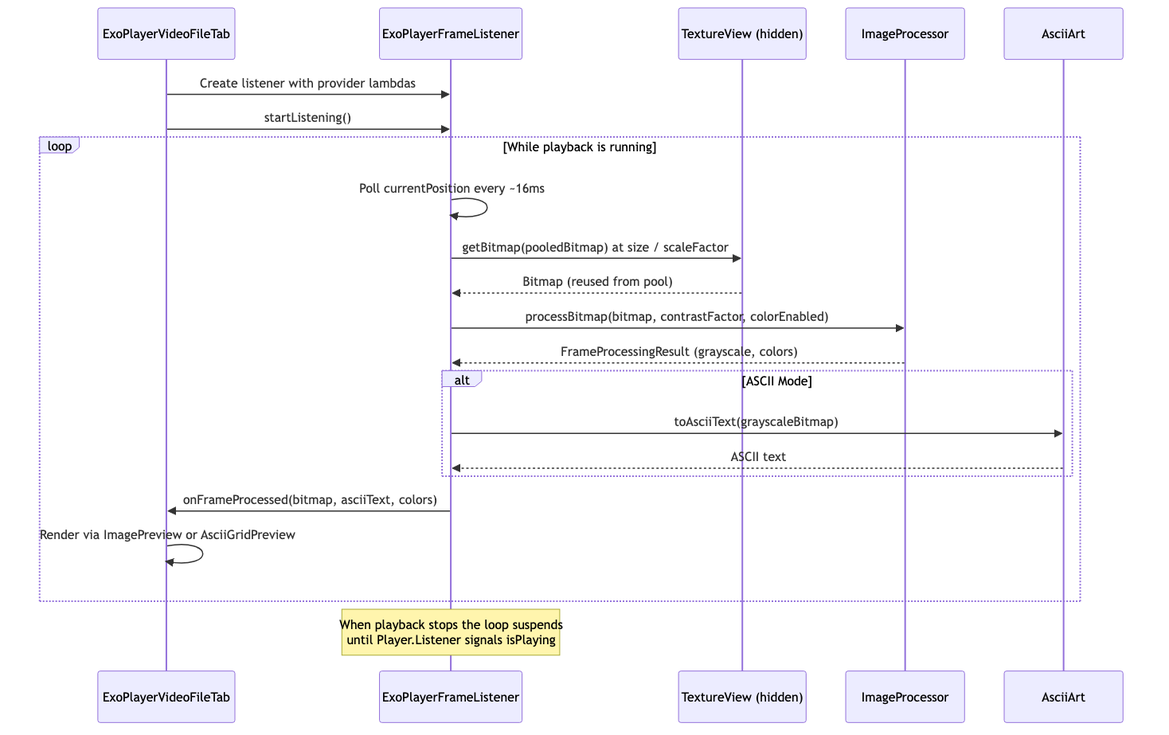
This is docs/sequence-video-file.png from replicant1/AsciiArt, a Mermaid export, as it was before one commit. Its source is kept beside it as docs/sequence-video-file.mmd.
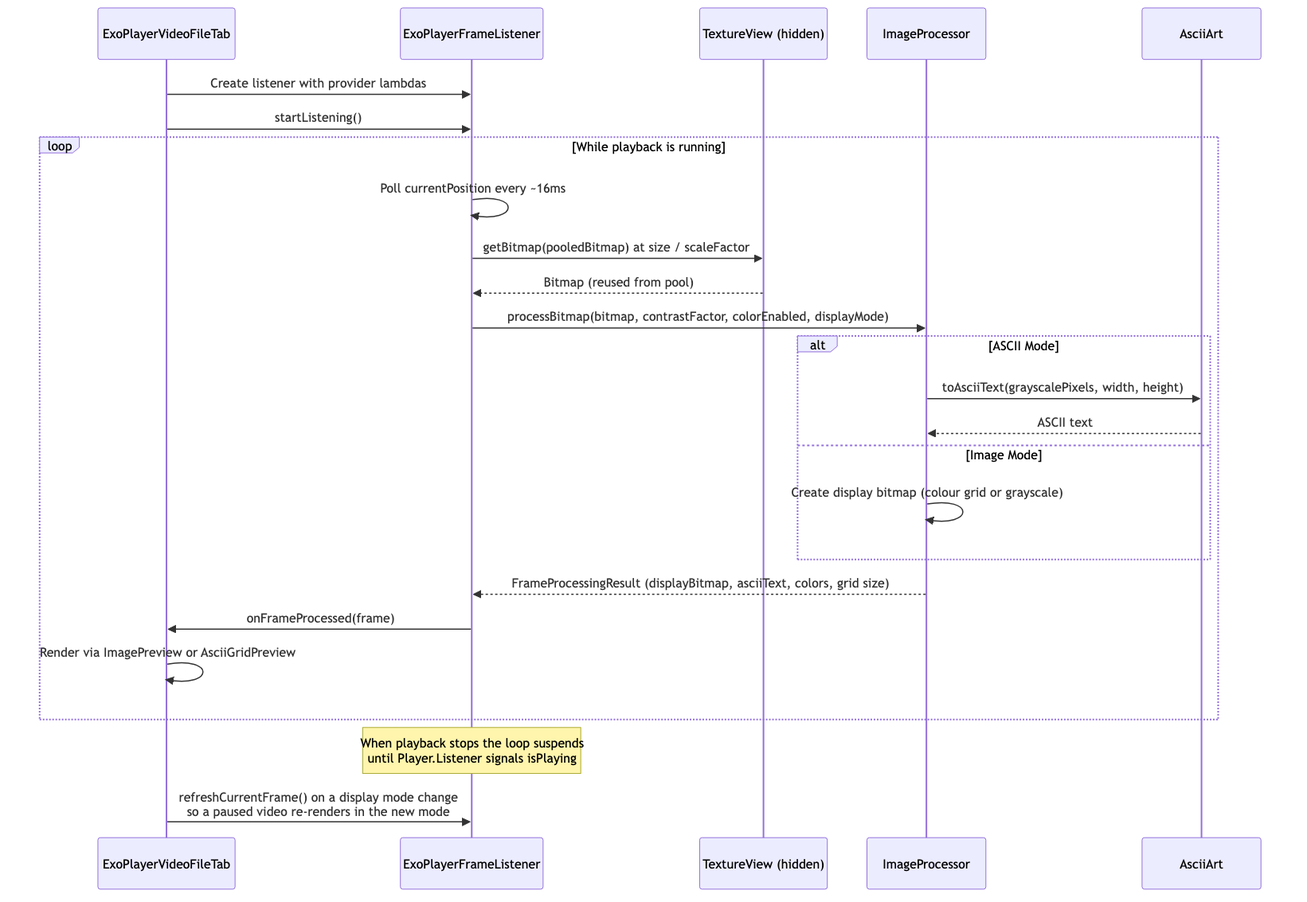
The same file after the commit.

Change to the diagram source:
```diff
@@ -11,13 +11,16 @@
         EFL->>EFL: Poll currentPosition every ~16ms
         EFL->>TV: getBitmap(pooledBitmap) at size / scaleFactor
         TV-->>EFL: Bitmap (reused from pool)
-        EFL->>IP: processBitmap(bitmap, contrastFactor, colorEnabled)
-        IP-->>EFL: FrameProcessingResult (grayscale, colors)
+        EFL->>IP: processBitmap(bitmap, contrastFactor, colorEnabled, displayMode)
         alt ASCII Mode
-            EFL->>AA: toAsciiText(grayscaleBitmap)
-            AA-->>EFL: ASCII text
+            IP->>AA: toAsciiText(grayscalePixels, width, height)
+            AA-->>IP: ASCII text
+        else Image Mode
+            IP->>IP: Create display bitmap (colour grid or grayscale)
         end
-        EFL->>UI: onFrameProcessed(bitmap, asciiText, colors)
+        IP-->>EFL: FrameProcessingResult (displayBitmap, asciiText, colors, grid size)
+        EFL->>UI: onFrameProcessed(frame)
         UI->>UI: Render via ImagePreview or AsciiGridPreview
     end
     Note over EFL: When playback stops the loop suspends<br/>until Player.Listener signals isPlaying
+    UI->>EFL: refreshCurrentFrame() on a display mode change<br/>so a paused video re-renders in the new mode
```
